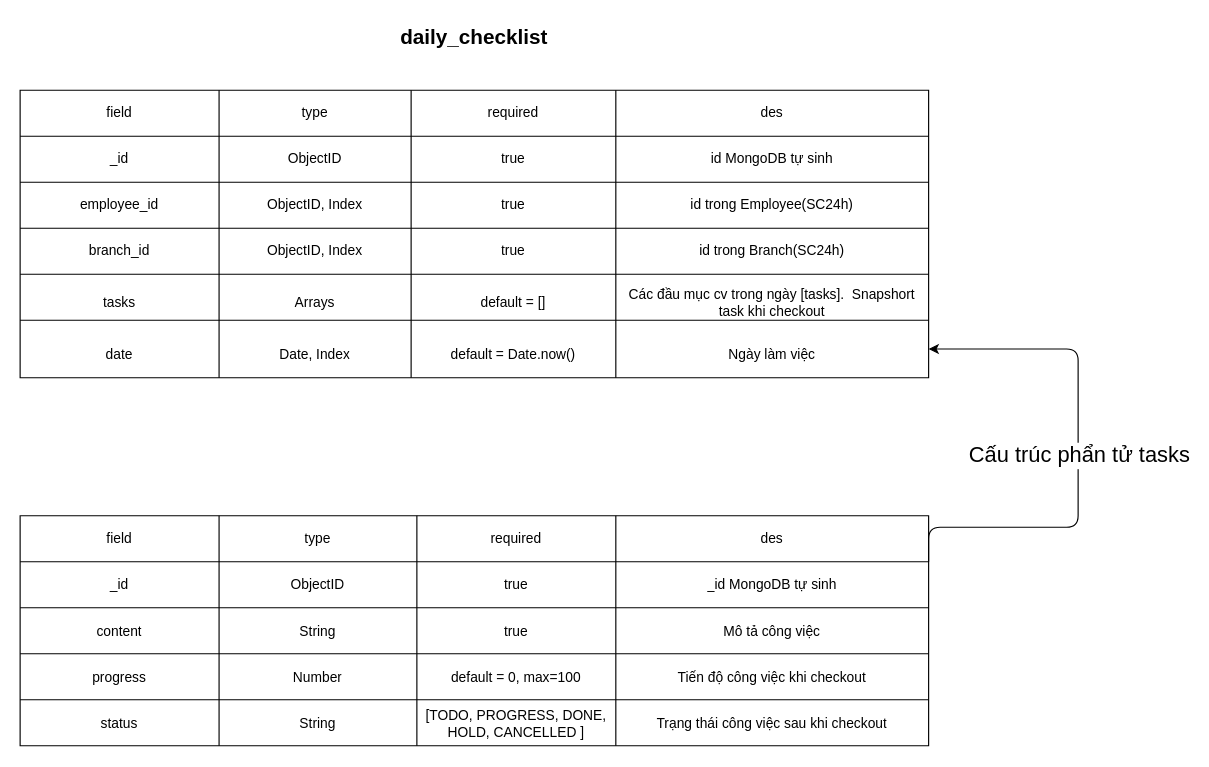
Earlier version of the draw.io diagram md/db/db-option-2.drawio (hungnm3112/project-timekeeper). Source tidied: cells renumbered, new cells numbered last; positions are measured from the earlier drawing's top-left corner, leaving out a move shared by most shapes. Both pictures are drawn from the tidied source at 115%, with x=0, y=0 at pixel (20, 20).
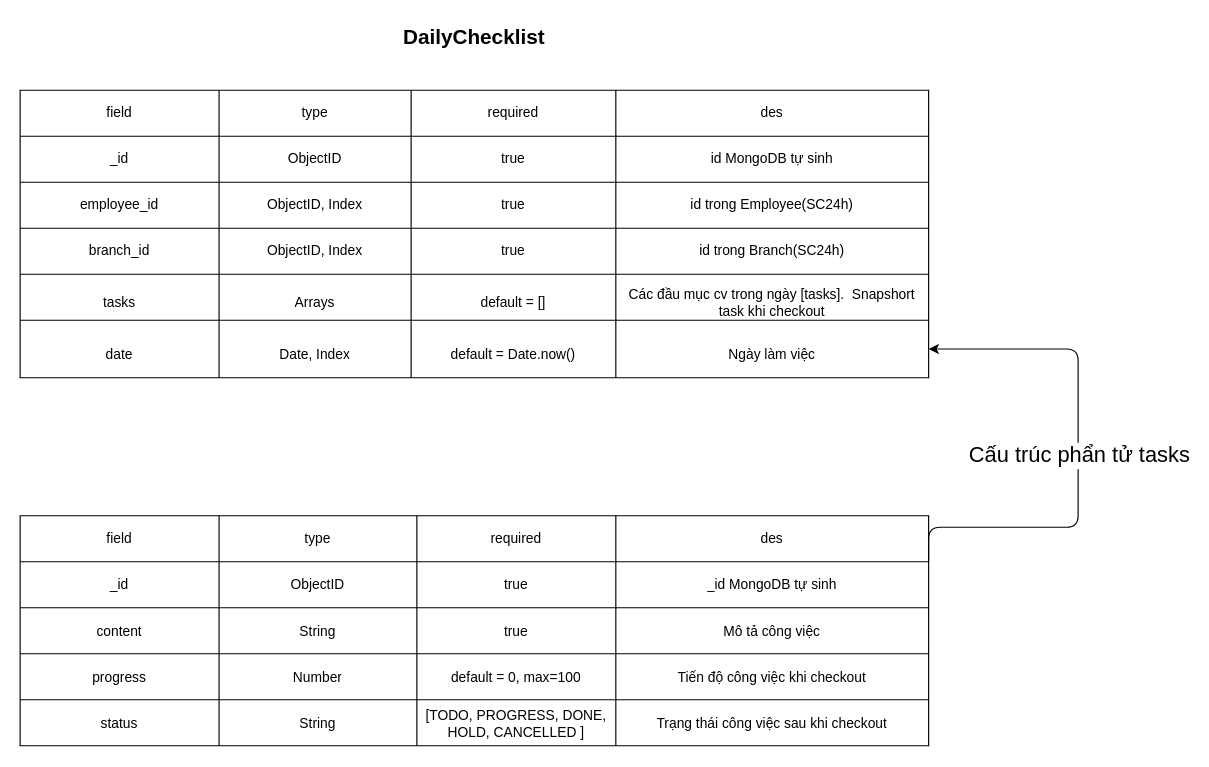
The same diagram, later.

The edit, as a diff of the source:
```diff
@@
-    <mxCell id="61" value="daily_checklist" style="text;html=1;strokeColor=none;fillColor=none;align=center;verticalAlign=middle;whiteSpace=wrap;rounded=0;fontSize=18;fontStyle=1;" parent="1" vertex="1">
+    <mxCell id="61" value="DailyChecklist" style="text;html=1;strokeColor=none;fillColor=none;align=center;verticalAlign=middle;whiteSpace=wrap;rounded=0;fontSize=18;fontStyle=1;" parent="1" vertex="1">
       <mxGeometry x="295" width="200" height="30" as="geometry" />
     </mxCell>
```
